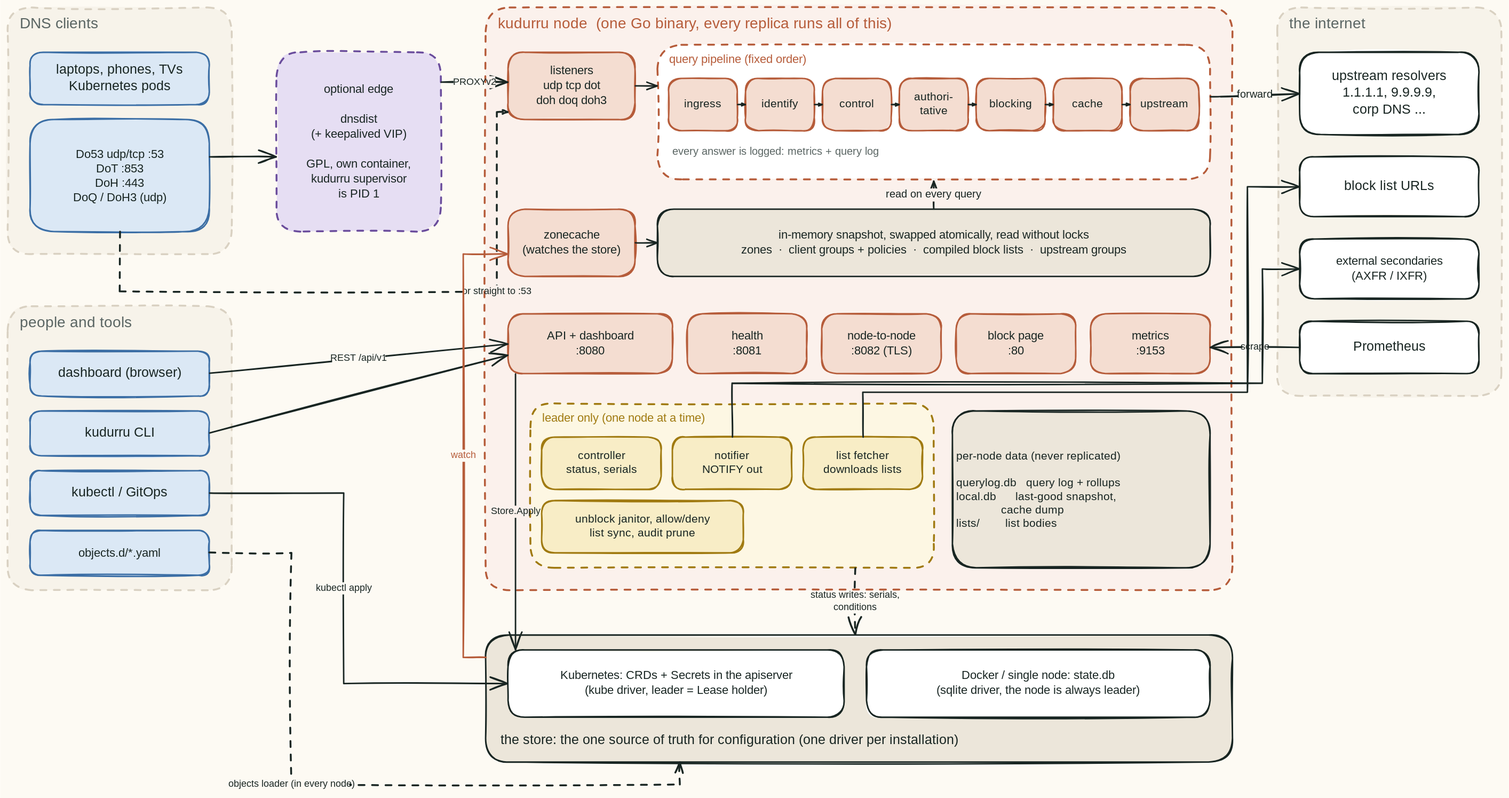
The Excalidraw diagram docs/architecture/diagrams/overview.excalidraw.svg in robertherbaugh/kudurru, before a commit. Source tidied: one line per element, renumbered; positions are measured from the earlier drawing's top-left corner, leaving out a move shared by most shapes.
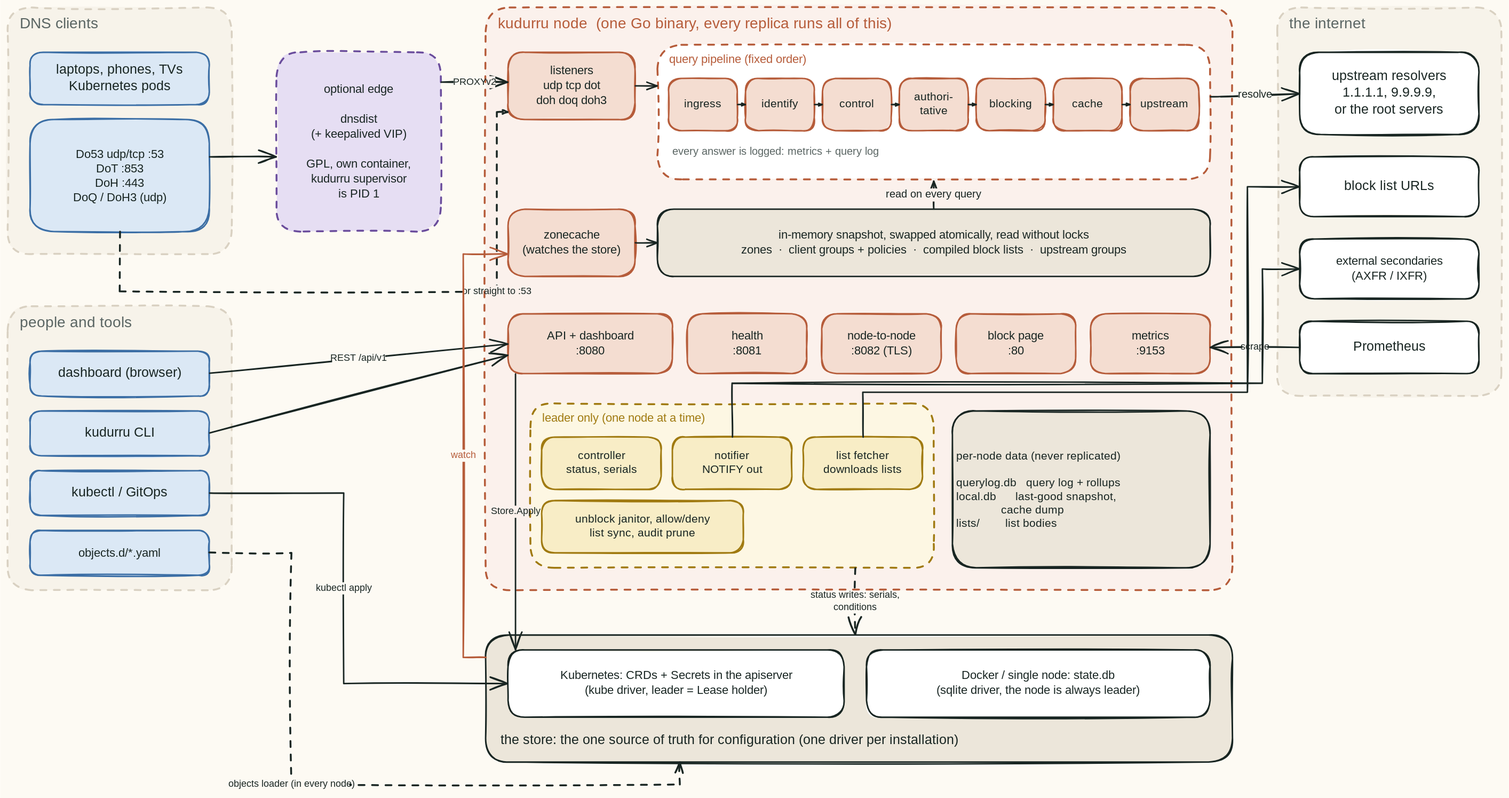
After the change.

Commit message:
docs(architecture): show recursion and dnssec_bogus in diagrams

The overview's upstream box now includes the root servers, and the
query pipeline's upstream statuses include dnssec_bogus. The embedded
Excalidraw scenes are updated with the rendered SVGs.

The edit, as a diff of the source:
```diff
@@ -97,7 +97,7 @@
 {"id": 96, "type": "text", "text": "list fetcher\ndownloads lists", "strokeColor": "#182522", "strokeWidth": 2, "roughness": 1, "fontSize": 15, "fontFamily": 5, "textAlign": "center", "verticalAlign": "middle", "inside": 43, "x": 1099, "y": 591, "width": 93, "height": 38}
 {"id": 97, "type": "text", "text": "unblock janitor, allow/deny\nlist sync, audit prune", "strokeColor": "#182522", "strokeWidth": 2, "roughness": 1, "fontSize": 15, "fontFamily": 5, "textAlign": "center", "verticalAlign": "middle", "inside": 44, "x": 768, "y": 676, "width": 165, "height": 38}
 {"id": 98, "type": "text", "text": "per-node data (never replicated)\n\nquerylog.db   query log + rollups\nlocal.db      last-good snapshot,\n              cache dump\nlists/        list bodies", "strokeColor": "#182522", "strokeWidth": 2, "roughness": 1, "fontSize": 15, "fontFamily": 3, "verticalAlign": "middle", "inside": 45, "x": 1270, "y": 591, "width": 198, "height": 108}
-{"id": 99, "type": "text", "text": "upstream resolvers\n1.1.1.1, 9.9.9.9,\ncorp DNS ...", "strokeColor": "#182522", "strokeWidth": 2, "roughness": 1, "fontSize": 18, "fontFamily": 5, "textAlign": "center", "verticalAlign": "middle", "inside": 48, "x": 1782, "y": 81, "width": 135, "height": 68}
+{"id": 99, "type": "text", "text": "upstream resolvers\n1.1.1.1, 9.9.9.9,\nor the root servers", "strokeColor": "#182522", "strokeWidth": 2, "roughness": 1, "fontSize": 18, "fontFamily": 5, "textAlign": "center", "verticalAlign": "middle", "inside": 48, "x": 1778, "y": 81, "width": 143, "height": 68}
 {"id": 100, "type": "text", "text": "block list URLs", "strokeColor": "#182522", "strokeWidth": 2, "roughness": 1, "fontSize": 18, "fontFamily": 5, "textAlign": "center", "verticalAlign": "middle", "inside": 49, "x": 1793, "y": 229, "width": 114, "height": 22}
 {"id": 101, "type": "text", "text": "external secondaries\n(AXFR / IXFR)", "strokeColor": "#182522", "strokeWidth": 2, "roughness": 1, "fontSize": 16, "fontFamily": 5, "textAlign": "center", "verticalAlign": "middle", "inside": 50, "x": 1785, "y": 330, "width": 130, "height": 40}
 {"id": 102, "type": "text", "text": "Prometheus", "strokeColor": "#182522", "strokeWidth": 2, "roughness": 1, "fontSize": 18, "fontFamily": 5, "textAlign": "center", "verticalAlign": "middle", "inside": 51, "x": 1808, "y": 444, "width": 85, "height": 22}
@@ -105,7 +105,7 @@
 {"id": 104, "type": "text", "text": "Docker / single node: state.db\n(sqlite driver, the node is always leader)", "strokeColor": "#182522", "strokeWidth": 2, "roughness": 1, "fontSize": 16, "fontFamily": 5, "textAlign": "center", "verticalAlign": "middle", "inside": 55, "x": 1252, "y": 885, "width": 256, "height": 40}
 {"id": 105, "type": "text", "text": "PROXYv2", "strokeColor": "#182522", "strokeWidth": 2, "roughness": 1, "fontSize": 13, "fontFamily": 5, "textAlign": "center", "verticalAlign": "middle", "inside": 57, "x": 597, "y": 92, "width": 56, "height": 16}
 {"id": 106, "type": "text", "text": "or straight to :53", "strokeColor": "#182522", "strokeWidth": 2, "roughness": 1, "fontSize": 13, "fontFamily": 5, "textAlign": "center", "verticalAlign": "middle", "inside": 58, "x": 612, "y": 372, "width": 86, "height": 16}
-{"id": 107, "type": "text", "text": "forward", "strokeColor": "#182522", "strokeWidth": 2, "roughness": 1, "fontSize": 14, "fontFamily": 5, "textAlign": "center", "verticalAlign": "middle", "inside": 60, "x": 1648, "y": 109, "width": 44, "height": 18}
+{"id": 107, "type": "text", "text": "resolve", "strokeColor": "#182522", "strokeWidth": 2, "roughness": 1, "fontSize": 14, "fontFamily": 5, "textAlign": "center", "verticalAlign": "middle", "inside": 60, "x": 1648, "y": 109, "width": 44, "height": 18}
 {"id": 108, "type": "text", "text": "REST /api/v1", "strokeColor": "#182522", "strokeWidth": 2, "roughness": 1, "fontSize": 13, "fontFamily": 5, "textAlign": "center", "verticalAlign": "middle", "inside": 61, "x": 434, "y": 462, "width": 71, "height": 16}
 {"id": 109, "type": "text", "text": "Store.Apply", "strokeColor": "#182522", "strokeWidth": 2, "roughness": 1, "fontSize": 13, "fontFamily": 5, "textAlign": "center", "verticalAlign": "middle", "inside": 63, "x": 648, "y": 667, "width": 63, "height": 16}
 {"id": 110, "type": "text", "text": "kubectl apply", "strokeColor": "#182522", "strokeWidth": 2, "roughness": 1, "fontSize": 13, "fontFamily": 5, "textAlign": "center", "verticalAlign": "middle", "inside": 64, "x": 415, "y": 769, "width": 70, "height": 16}
```
